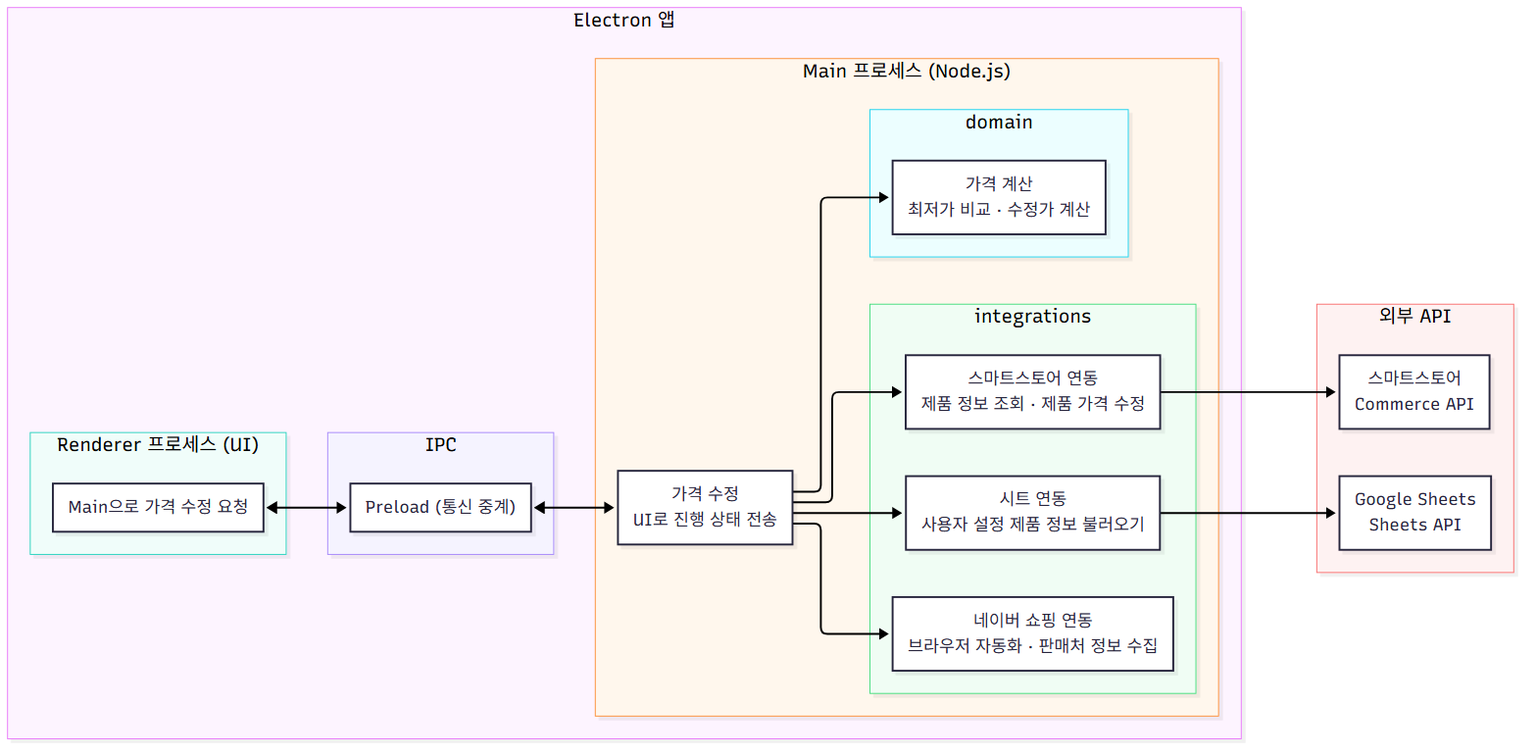
The Mermaid diagram assets/architecture.png in J8rl-Chik/smartstore-price-bot, before a commit. Its source is kept beside it as assets/architecture.mmd.
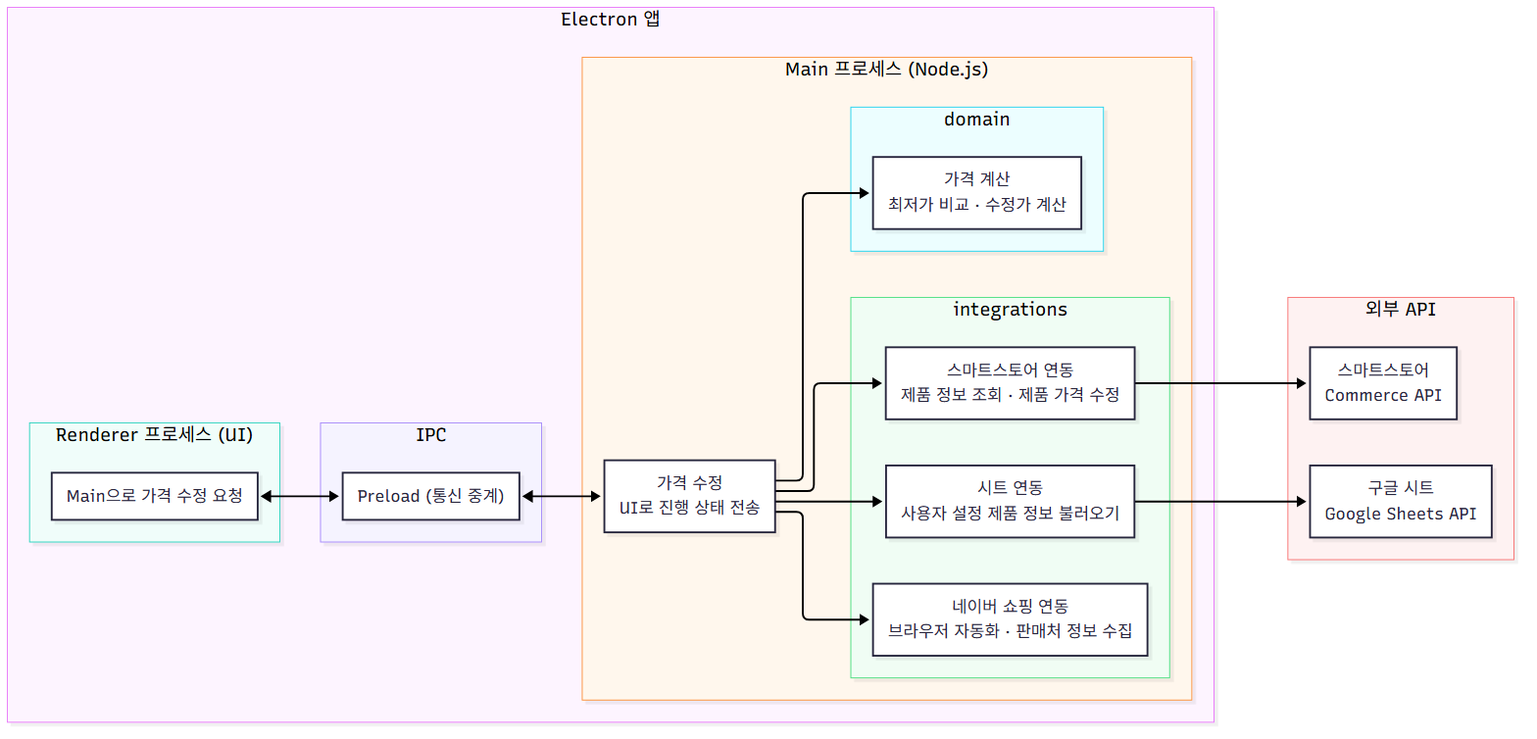
The same file after the commit.

Commit message:
docs: architecture 다이어그램 구글 시트 노드 이름 변경

- Google Sheets / Sheets API를 구글 시트 / Google Sheets API로 변경해
  Sheets 반복을 없애고 스마트스토어 노드와 표기 형태를 맞춤

What changed in the source:
```diff
@@ -34,7 +34,7 @@
   subgraph External["외부 API"]
     direction TB
     Commerce["스마트스토어<br/>Commerce API"]
-    Sheets["Google Sheets<br/>Sheets API"]
+    Sheets["구글 시트<br/>Google Sheets API"]
   end
 
   StoreAd --> Commerce
```
